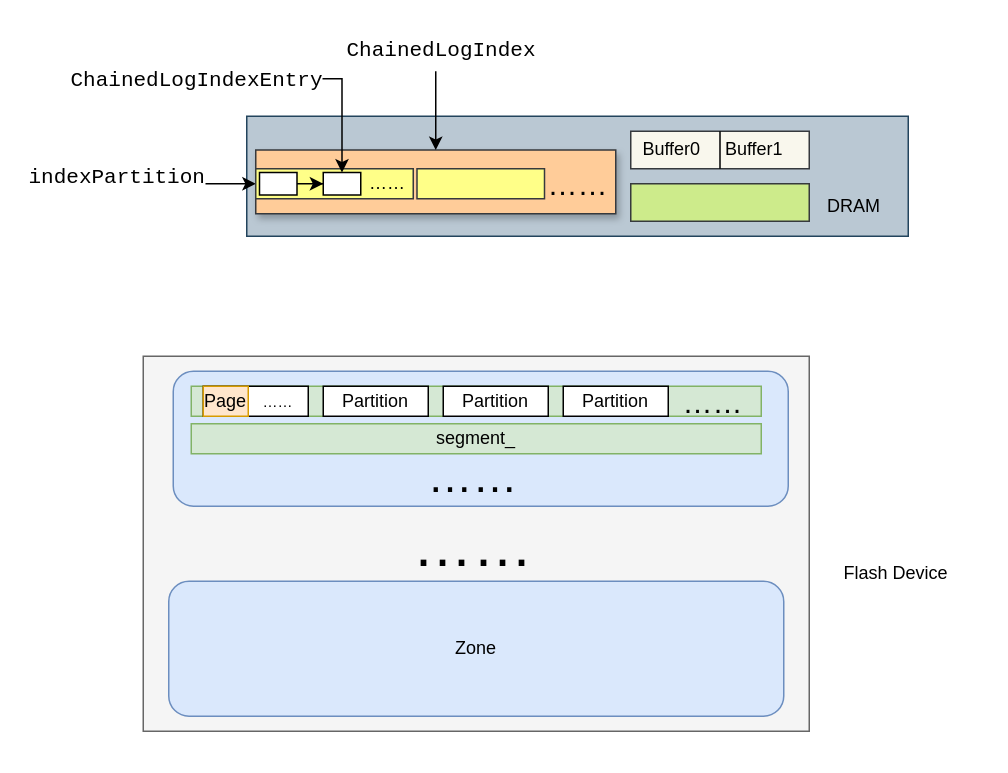
reatcat/Drawio keeps this draw.io diagram as 未命名绘图.drawio. Above is the earlier version. Source tidied: cells renumbered, new cells numbered last; positions are measured from the earlier drawing's top-left corner, leaving out a move shared by most shapes. Both pictures are drawn from the tidied source at 150%, with x=0, y=0 at pixel (26, 26).
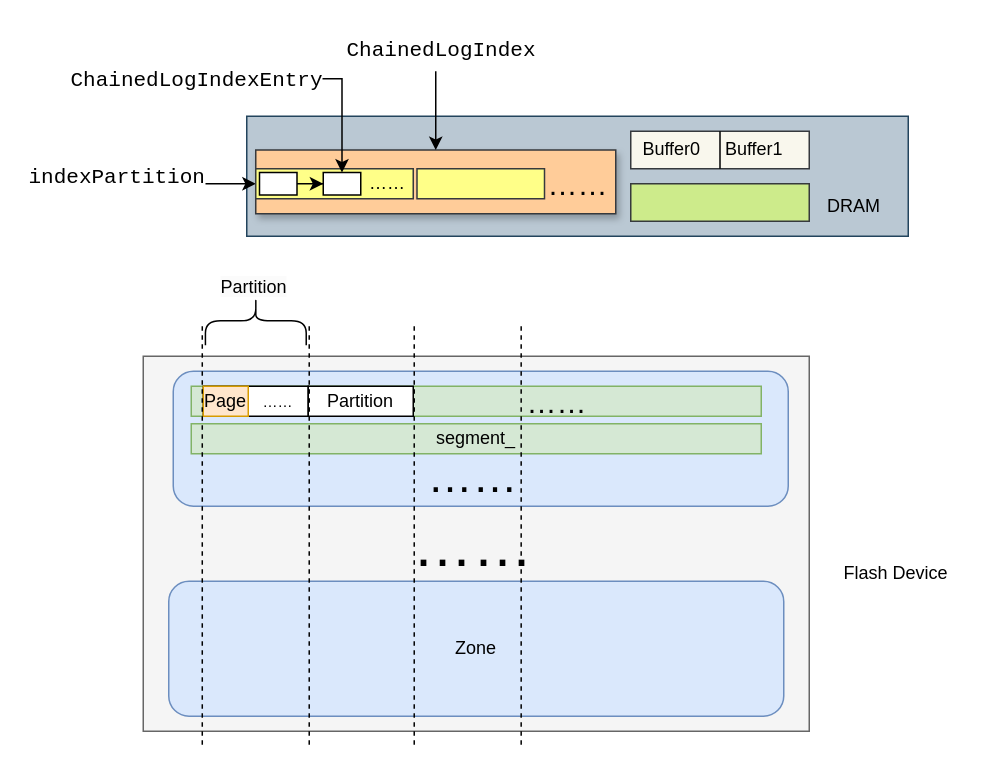
After the change.

What changed in the source:
```diff
@@
     <mxCell id="11" value="Partition" style="rounded=0;whiteSpace=wrap;html=1;" parent="1" vertex="1">
-      <mxGeometry x="198" y="240" width="70" height="20" as="geometry" />
+      <mxGeometry x="188" y="240" width="70" height="20" as="geometry" />
     </mxCell>
-    <mxCell id="12" value="Partition" style="rounded=0;whiteSpace=wrap;html=1;" parent="1" vertex="1">
-      <mxGeometry x="278" y="240" width="70" height="20" as="geometry" />
-    </mxCell>
-    <mxCell id="13" value="Partition" style="rounded=0;whiteSpace=wrap;html=1;" parent="1" vertex="1">
-      <mxGeometry x="358" y="240" width="70" height="20" as="geometry" />
-    </mxCell>
     <mxCell id="14" value="&lt;font style=&quot;font-size: 20px;&quot;&gt;……&lt;/font&gt;" style="text;strokeColor=none;align=center;fillColor=none;html=1;verticalAlign=middle;whiteSpace=wrap;rounded=0;strokeWidth=5;" parent="1" vertex="1">
-      <mxGeometry x="438" y="240" width="40" height="20" as="geometry" />
+      <mxGeometry x="333.6" y="240" width="40" height="20" as="geometry" />
     </mxCell>
@@
+    <mxCell id="38" style="line;strokeWidth=1;direction=south;html=1;rotation=0;dashed=1;" parent="1" vertex="1">
+      <mxGeometry x="153" y="200" width="71.3" height="280" as="geometry" />
+    </mxCell>
+    <mxCell id="39" style="line;strokeWidth=1;direction=south;html=1;rotation=0;dashed=1;" parent="1" vertex="1">
+      <mxGeometry x="81.7" y="200" width="71.3" height="280" as="geometry" />
+    </mxCell>
+    <mxCell id="40" style="line;strokeWidth=1;direction=south;html=1;rotation=0;dashed=1;" parent="1" vertex="1">
+      <mxGeometry x="223" y="200" width="71.3" height="280" as="geometry" />
+    </mxCell>
+    <mxCell id="41" style="line;strokeWidth=1;direction=south;html=1;rotation=0;dashed=1;" parent="1" vertex="1">
+      <mxGeometry x="294.3" y="200" width="71.3" height="280" as="geometry" />
+    </mxCell>
+    <mxCell id="42" style="shape=curlyBracket;whiteSpace=wrap;html=1;rounded=1;flipH=1;labelPosition=right;verticalLabelPosition=middle;align=left;verticalAlign=middle;rotation=-90;" parent="1" vertex="1">
+      <mxGeometry x="136.8" y="162.8" width="32.5" height="67.2" as="geometry" />
+    </mxCell>
+    <mxCell id="43" value="&lt;span style=&quot;color: rgb(0, 0, 0); font-family: Helvetica; font-size: 12px; font-style: normal; font-variant-ligatures: normal; font-variant-caps: normal; font-weight: 400; letter-spacing: normal; orphans: 2; text-align: center; text-indent: 0px; text-transform: none; widows: 2; word-spacing: 0px; -webkit-text-stroke-width: 0px; white-space: normal; background-color: rgb(251, 251, 251); text-decoration-thickness: initial; text-decoration-style: initial; text-decoration-color: initial; display: inline !important; float: none;&quot;&gt;Partition&lt;/span&gt;" style="text;whiteSpace=wrap;html=1;" parent="1" vertex="1">
+      <mxGeometry x="128" y="160" width="80" height="40" as="geometry" />
+    </mxCell>
```
